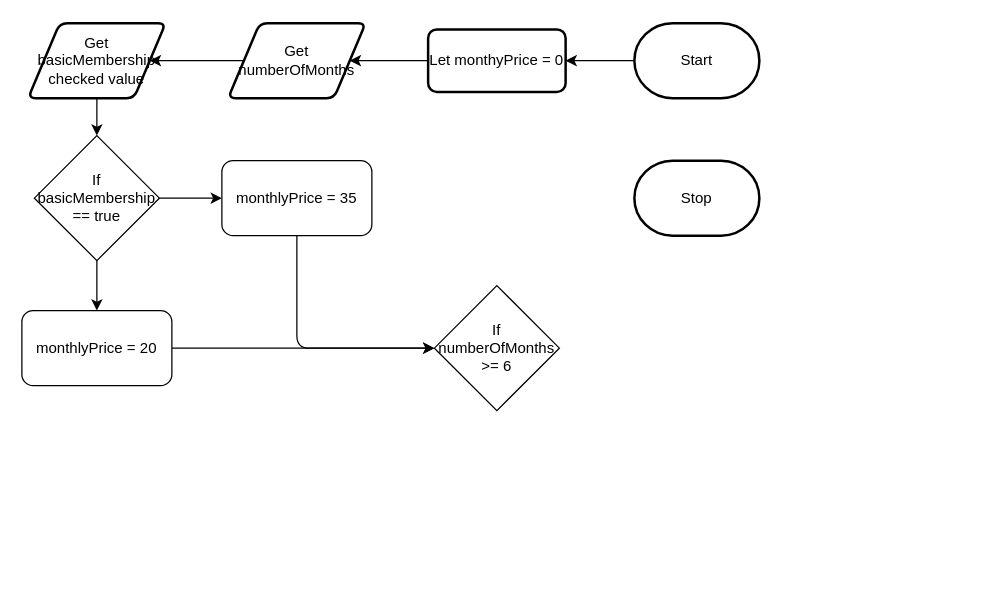
Before: design/flowchart.drawio in MTHS-ICD2O-1-2024/ICD2O-Assignment-04-Aimar-Fernandez, a draw.io diagram. Source tidied: cells renumbered, new cells numbered last; positions are measured from the earlier drawing's top-left corner, leaving out a move shared by most shapes. Both pictures are drawn from the tidied source at 125%, with x=0, y=0 at pixel (21, 22).
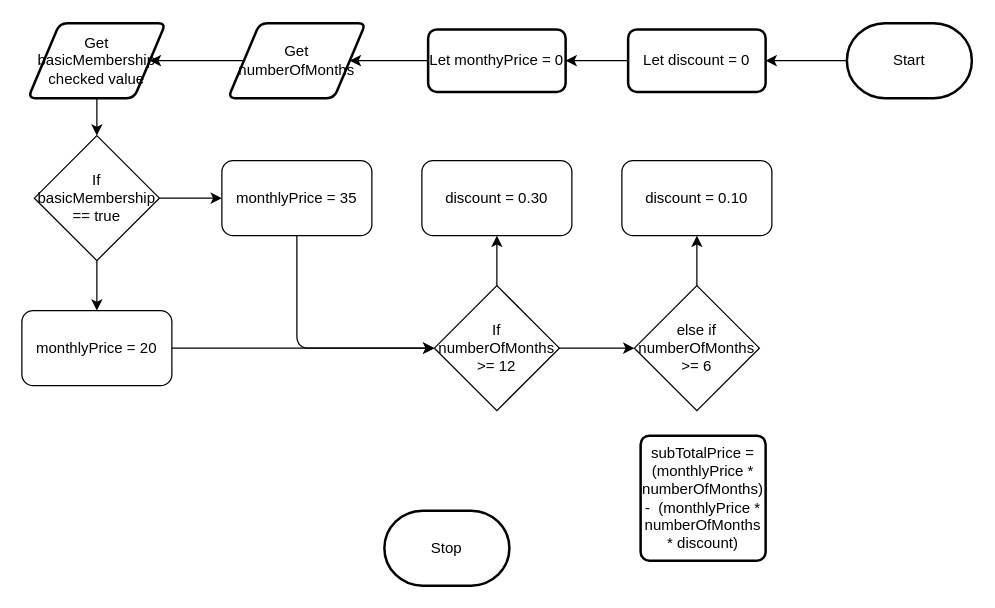
Above is the later version.

Unchanged cells that the change refers to:
```xml
<mxCell id="13" value="Let monthyPrice = 0" style="rounded=1;whiteSpace=wrap;html=1;absoluteArcSize=1;arcSize=14;strokeWidth=2;" parent="1" vertex="1">
  <mxGeometry x="325" y="5" width="110" height="50" as="geometry" />
</mxCell>
```

The edit, as a diff of the source:
```diff
@@
-    <mxCell id="2" style="edgeStyle=none;html=1;" parent="1" edge="1" source="3" target="13">
-      <mxGeometry relative="1" as="geometry" />
-    </mxCell>
+    <mxCell id="19" style="edgeStyle=none;html=1;entryX=1;entryY=0.5;entryDx=0;entryDy=0;" parent="1" edge="1" source="3" target="23">
+      <mxGeometry relative="1" as="geometry" />
+    </mxCell>
     <mxCell id="3" value="Start" style="strokeWidth=2;html=1;shape=mxgraph.flowchart.terminator;whiteSpace=wrap;" parent="1" vertex="1">
-      <mxGeometry x="490" width="100" height="60" as="geometry" />
+      <mxGeometry x="660" width="100" height="60" as="geometry" />
     </mxCell>
     <mxCell id="4" value="Stop" style="strokeWidth=2;html=1;shape=mxgraph.flowchart.terminator;whiteSpace=wrap;" parent="1" vertex="1">
-      <mxGeometry x="490" y="110" width="100" height="60" as="geometry" />
+      <mxGeometry x="290" y="390" width="100" height="60" as="geometry" />
     </mxCell>
@@
+    <mxCell id="20" style="edgeStyle=none;html=1;entryX=0.5;entryY=1;entryDx=0;entryDy=0;" parent="1" edge="1" source="18" target="24">
+      <mxGeometry relative="1" as="geometry" />
+    </mxCell>
+    <mxCell id="21" style="edgeStyle=none;html=1;entryX=0;entryY=0.5;entryDx=0;entryDy=0;" parent="1" edge="1" source="18" target="26">
+      <mxGeometry relative="1" as="geometry" />
+    </mxCell>
-    <mxCell id="18" value="If&lt;div&gt;numberOfMonths &amp;gt;= 6&lt;/div&gt;" style="rhombus;whiteSpace=wrap;html=1;" parent="1" vertex="1">
+    <mxCell id="18" value="If&lt;div&gt;numberOfMonths &amp;gt;= 12&lt;/div&gt;" style="rhombus;whiteSpace=wrap;html=1;" parent="1" vertex="1">
       <mxGeometry x="330" y="210" width="100" height="100" as="geometry" />
     </mxCell>
+    <mxCell id="22" style="edgeStyle=none;html=1;" parent="1" edge="1" source="23" target="13">
+      <mxGeometry relative="1" as="geometry" />
+    </mxCell>
+    <mxCell id="23" value="Let discount = 0" style="rounded=1;whiteSpace=wrap;html=1;absoluteArcSize=1;arcSize=14;strokeWidth=2;" parent="1" vertex="1">
+      <mxGeometry x="485" y="5" width="110" height="50" as="geometry" />
+    </mxCell>
+    <mxCell id="24" value="discount = 0.30" style="rounded=1;whiteSpace=wrap;html=1;" parent="1" vertex="1">
+      <mxGeometry x="320" y="110" width="120" height="60" as="geometry" />
+    </mxCell>
+    <mxCell id="25" style="edgeStyle=none;html=1;entryX=0.5;entryY=1;entryDx=0;entryDy=0;" parent="1" edge="1" source="26" target="27">
+      <mxGeometry relative="1" as="geometry" />
+    </mxCell>
+    <mxCell id="26" value="else if&lt;br&gt;&lt;div&gt;numberOfMonths &amp;gt;= 6&lt;/div&gt;" style="rhombus;whiteSpace=wrap;html=1;" parent="1" vertex="1">
+      <mxGeometry x="490" y="210" width="100" height="100" as="geometry" />
+    </mxCell>
+    <mxCell id="27" value="discount = 0.10" style="rounded=1;whiteSpace=wrap;html=1;" parent="1" vertex="1">
+      <mxGeometry x="480" y="110" width="120" height="60" as="geometry" />
+    </mxCell>
+    <mxCell id="28" value="subTotalPrice = (monthlyPrice * numberOfMonths) -&amp;nbsp;&amp;nbsp;&lt;span style=&quot;color: rgb(0, 0, 0);&quot;&gt;(monthlyPrice * numberOfMonths * discount)&lt;/span&gt;" style="rounded=1;whiteSpace=wrap;html=1;absoluteArcSize=1;arcSize=14;strokeWidth=2;" parent="1" vertex="1">
+      <mxGeometry x="495" y="330" width="100" height="100" as="geometry" />
+    </mxCell>
```
